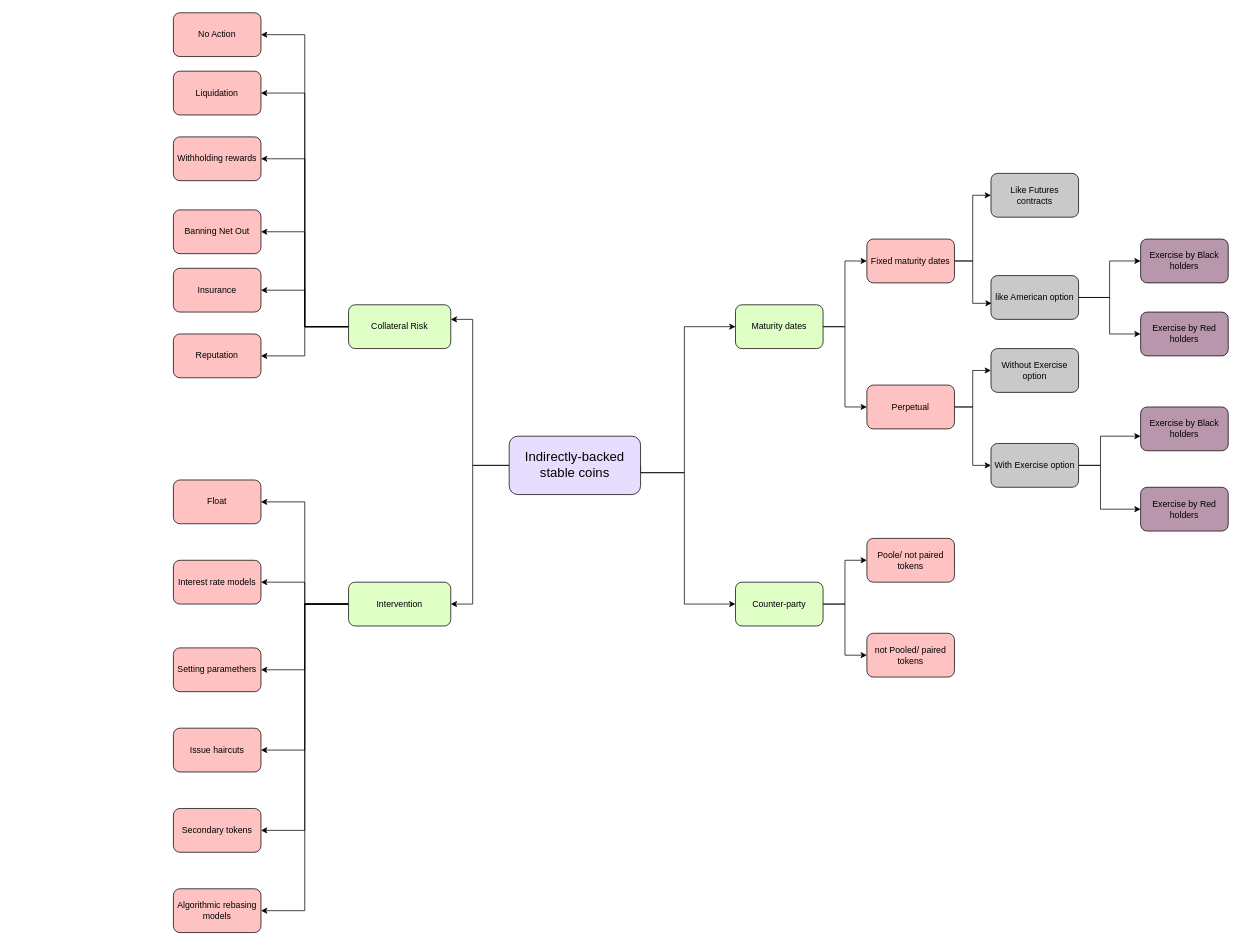
GreatSoshiant/Monte-Carlo keeps this draw.io diagram as Untitled Diagram.drawio. Above is the earlier version. Source tidied: cells renumbered, new cells numbered last; positions are measured from the earlier drawing's top-left corner, leaving out a move shared by most shapes. Both pictures are drawn from the tidied source at 73%, with x=0, y=0 at pixel (173, 12).
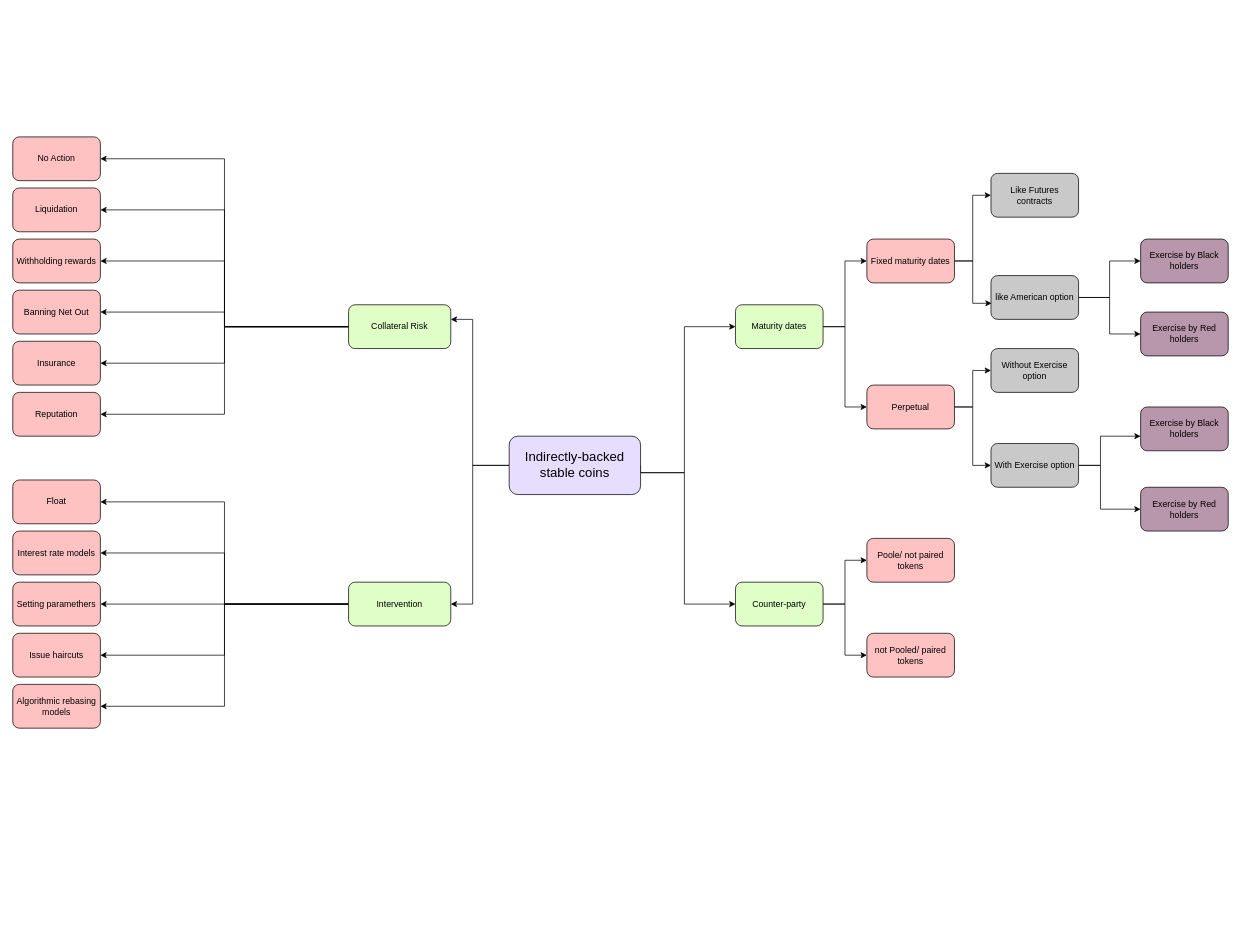
Above is the later version.

Unchanged cells that the change refers to:
```xml
<mxCell id="53" value="Intervention" style="rounded=1;whiteSpace=wrap;html=1;fillColor=#DFFFC7;" parent="1" vertex="1">
  <mxGeometry x="240" y="780" width="140" height="60" as="geometry" />
</mxCell>
```

Change to the diagram source:
```diff
@@
     <mxCell id="32" value="Liquidation" style="rounded=1;whiteSpace=wrap;html=1;fillColor=#FFC2C2;" parent="1" vertex="1">
-      <mxGeometry y="80" width="120" height="60" as="geometry" />
+      <mxGeometry x="-220" y="240" width="120" height="60" as="geometry" />
     </mxCell>
     <mxCell id="33" value="Withholding rewards" style="rounded=1;whiteSpace=wrap;html=1;fillColor=#FFC2C2;" parent="1" vertex="1">
-      <mxGeometry y="170" width="120" height="60" as="geometry" />
+      <mxGeometry x="-220" y="310" width="120" height="60" as="geometry" />
     </mxCell>
     <mxCell id="34" value="Banning Net Out" style="rounded=1;whiteSpace=wrap;html=1;fillColor=#FFC2C2;" parent="1" vertex="1">
-      <mxGeometry y="270" width="120" height="60" as="geometry" />
+      <mxGeometry x="-220" y="380" width="120" height="60" as="geometry" />
     </mxCell>
     <mxCell id="35" value="Reputation" style="rounded=1;whiteSpace=wrap;html=1;fillColor=#FFC2C2;" parent="1" vertex="1">
-      <mxGeometry y="440" width="120" height="60" as="geometry" />
+      <mxGeometry x="-220" y="520" width="120" height="60" as="geometry" />
     </mxCell>
     <mxCell id="36" value="Insurance" style="rounded=1;whiteSpace=wrap;html=1;fillColor=#FFC2C2;" parent="1" vertex="1">
-      <mxGeometry y="350" width="120" height="60" as="geometry" />
+      <mxGeometry x="-220" y="450" width="120" height="60" as="geometry" />
     </mxCell>
@@
     <mxCell id="43" value="&lt;div&gt;No Action&lt;/div&gt;" style="rounded=1;whiteSpace=wrap;html=1;fillColor=#FFC2C2;" parent="1" vertex="1">
-      <mxGeometry width="120" height="60" as="geometry" />
+      <mxGeometry x="-220" y="170" width="120" height="60" as="geometry" />
     </mxCell>
@@
-    <mxCell id="51" style="edgeStyle=orthogonalEdgeStyle;rounded=0;jettySize=auto;html=1;entryX=1;entryY=0.5;entryDx=0;entryDy=0;" parent="1" edge="1" source="53" target="58">
-      <mxGeometry relative="1" as="geometry" />
-    </mxCell>
@@
     <mxCell id="54" value="Float" style="rounded=1;whiteSpace=wrap;html=1;fillColor=#FFC2C2;" parent="1" vertex="1">
-      <mxGeometry y="640" width="120" height="60" as="geometry" />
+      <mxGeometry x="-220" y="640" width="120" height="60" as="geometry" />
     </mxCell>
     <mxCell id="55" value="Interest rate models" style="rounded=1;whiteSpace=wrap;html=1;fillColor=#FFC2C2;" parent="1" vertex="1">
-      <mxGeometry y="750" width="120" height="60" as="geometry" />
+      <mxGeometry x="-220" y="710" width="120" height="60" as="geometry" />
     </mxCell>
     <mxCell id="56" value="Setting paramethers" style="rounded=1;whiteSpace=wrap;html=1;fillColor=#FFC2C2;" parent="1" vertex="1">
-      <mxGeometry y="870" width="120" height="60" as="geometry" />
+      <mxGeometry x="-220" y="780" width="120" height="60" as="geometry" />
     </mxCell>
     <mxCell id="57" value="Issue haircuts" style="rounded=1;whiteSpace=wrap;html=1;fillColor=#FFC2C2;" parent="1" vertex="1">
-      <mxGeometry y="980" width="120" height="60" as="geometry" />
+      <mxGeometry x="-220" y="850" width="120" height="60" as="geometry" />
     </mxCell>
-    <mxCell id="58" value="&lt;div&gt;Secondary tokens&lt;/div&gt;" style="rounded=1;whiteSpace=wrap;html=1;fillColor=#FFC2C2;" parent="1" vertex="1">
-      <mxGeometry y="1090" width="120" height="60" as="geometry" />
-    </mxCell>
     <mxCell id="59" value="Algorithmic rebasing models" style="rounded=1;whiteSpace=wrap;html=1;fillColor=#FFC2C2;" parent="1" vertex="1">
-      <mxGeometry y="1200" width="120" height="60" as="geometry" />
+      <mxGeometry x="-220" y="920" width="120" height="60" as="geometry" />
     </mxCell>
```
